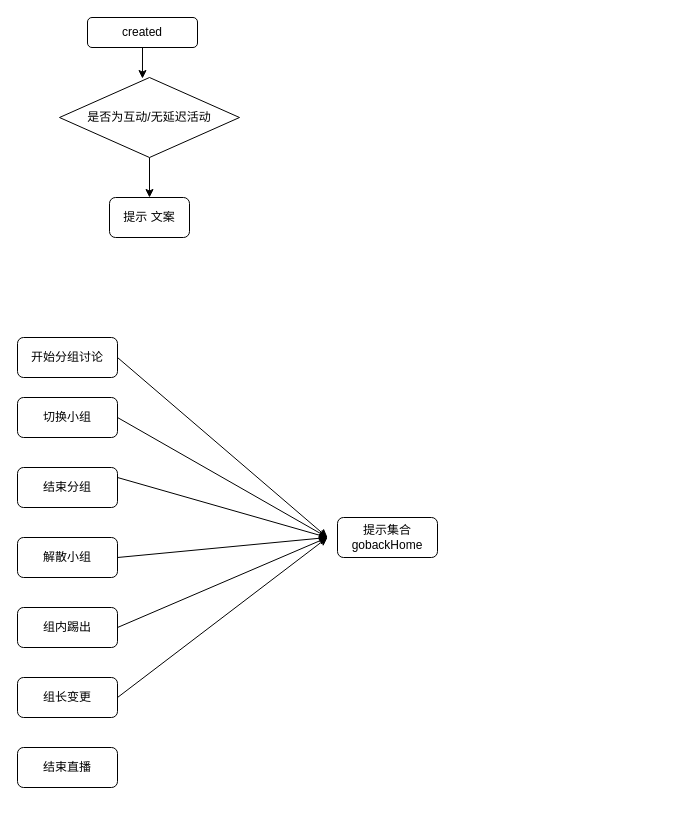
Earlier version of the draw.io diagram src/packages/wap-body/src/doc/flow.drawio (github-zoqg/vhall-platform). Source tidied: cells renumbered, new cells numbered last; positions are measured from the earlier drawing's top-left corner, leaving out a move shared by most shapes. Both pictures are drawn from the tidied source at 100%, with x=0, y=0 at pixel (17, 17).
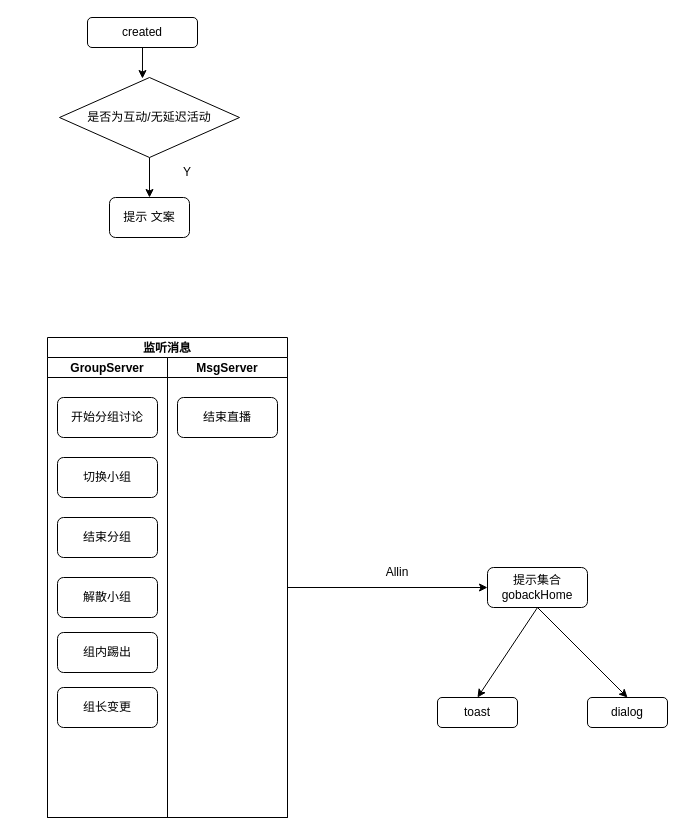
After the change.

What changed in the source:
```diff
@@
-    <mxCell id="7" style="edgeStyle=none;html=1;exitX=1;exitY=0.5;exitDx=0;exitDy=0;" parent="1" edge="1" source="8">
-      <mxGeometry relative="1" as="geometry">
-        <mxPoint x="310" y="520" as="targetPoint" />
-      </mxGeometry>
-    </mxCell>
+    <mxCell id="21" style="edgeStyle=none;html=1;exitX=0.5;exitY=1;exitDx=0;exitDy=0;entryX=0.5;entryY=0;entryDx=0;entryDy=0;" parent="1" edge="1" source="20" target="29">
+      <mxGeometry relative="1" as="geometry" />
+    </mxCell>
+    <mxCell id="22" style="edgeStyle=none;html=1;exitX=0.5;exitY=1;exitDx=0;exitDy=0;entryX=0.5;entryY=0;entryDx=0;entryDy=0;" parent="1" edge="1" source="20" target="30">
+      <mxGeometry relative="1" as="geometry" />
+    </mxCell>
+    <mxCell id="20" value="提示集合&lt;br&gt;gobackHome" style="rounded=1;whiteSpace=wrap;html=1;" parent="1" vertex="1">
+      <mxGeometry x="470" y="550" width="100" height="40" as="geometry" />
+    </mxCell>
+    <mxCell id="23" value="Y" style="text;html=1;strokeColor=none;fillColor=none;align=center;verticalAlign=middle;whiteSpace=wrap;rounded=0;" parent="1" vertex="1">
+      <mxGeometry x="140" y="140" width="60" height="30" as="geometry" />
+    </mxCell>
+    <mxCell id="24" value="监听消息" style="swimlane;startSize=20;" parent="1" vertex="1">
+      <mxGeometry x="30" y="320" width="240" height="480" as="geometry" />
+    </mxCell>
+    <mxCell id="25" value="GroupServer" style="swimlane;startSize=20;" parent="24" vertex="1">
+      <mxGeometry y="20" width="120" height="460" as="geometry" />
+    </mxCell>
-    <mxCell id="8" value="开始分组讨论" style="rounded=1;whiteSpace=wrap;html=1;" parent="1" vertex="1">
-      <mxGeometry y="320" width="100" height="40" as="geometry" />
+    <mxCell id="8" value="开始分组讨论" style="rounded=1;whiteSpace=wrap;html=1;" parent="25" vertex="1">
+      <mxGeometry x="10" y="40" width="100" height="40" as="geometry" />
     </mxCell>
-    <mxCell id="9" style="edgeStyle=none;html=1;exitX=1;exitY=0.5;exitDx=0;exitDy=0;" parent="1" edge="1" source="10">
-      <mxGeometry relative="1" as="geometry">
-        <mxPoint x="310" y="520" as="targetPoint" />
-      </mxGeometry>
-    </mxCell>
-    <mxCell id="10" value="切换小组" style="rounded=1;whiteSpace=wrap;html=1;" parent="1" vertex="1">
-      <mxGeometry y="380" width="100" height="40" as="geometry" />
+    <mxCell id="10" value="切换小组" style="rounded=1;whiteSpace=wrap;html=1;" parent="25" vertex="1">
+      <mxGeometry x="10" y="100" width="100" height="40" as="geometry" />
     </mxCell>
-    <mxCell id="11" style="edgeStyle=none;html=1;exitX=1;exitY=0.25;exitDx=0;exitDy=0;" parent="1" edge="1" source="12">
-      <mxGeometry relative="1" as="geometry">
-        <mxPoint x="310" y="520" as="targetPoint" />
-      </mxGeometry>
-    </mxCell>
-    <mxCell id="12" value="结束分组" style="rounded=1;whiteSpace=wrap;html=1;" parent="1" vertex="1">
-      <mxGeometry y="450" width="100" height="40" as="geometry" />
+    <mxCell id="12" value="结束分组" style="rounded=1;whiteSpace=wrap;html=1;" parent="25" vertex="1">
+      <mxGeometry x="10" y="160" width="100" height="40" as="geometry" />
     </mxCell>
-    <mxCell id="13" style="edgeStyle=none;html=1;exitX=1;exitY=0.5;exitDx=0;exitDy=0;" parent="1" edge="1" source="14">
-      <mxGeometry relative="1" as="geometry">
-        <mxPoint x="310" y="520" as="targetPoint" />
-      </mxGeometry>
-    </mxCell>
-    <mxCell id="14" value="解散小组" style="rounded=1;whiteSpace=wrap;html=1;" parent="1" vertex="1">
-      <mxGeometry y="520" width="100" height="40" as="geometry" />
+    <mxCell id="14" value="解散小组" style="rounded=1;whiteSpace=wrap;html=1;" parent="25" vertex="1">
+      <mxGeometry x="10" y="220" width="100" height="40" as="geometry" />
     </mxCell>
-    <mxCell id="15" style="edgeStyle=none;html=1;exitX=1;exitY=0.5;exitDx=0;exitDy=0;" parent="1" edge="1" source="16">
-      <mxGeometry relative="1" as="geometry">
-        <mxPoint x="310" y="520" as="targetPoint" />
-      </mxGeometry>
-    </mxCell>
-    <mxCell id="16" value="组内踢出" style="rounded=1;whiteSpace=wrap;html=1;" parent="1" vertex="1">
-      <mxGeometry y="590" width="100" height="40" as="geometry" />
+    <mxCell id="16" value="组内踢出" style="rounded=1;whiteSpace=wrap;html=1;" parent="25" vertex="1">
+      <mxGeometry x="10" y="275" width="100" height="40" as="geometry" />
     </mxCell>
-    <mxCell id="17" style="edgeStyle=none;html=1;exitX=1;exitY=0.5;exitDx=0;exitDy=0;" parent="1" edge="1" source="18">
-      <mxGeometry relative="1" as="geometry">
-        <mxPoint x="310" y="520" as="targetPoint" />
-      </mxGeometry>
-    </mxCell>
-    <mxCell id="18" value="组长变更" style="rounded=1;whiteSpace=wrap;html=1;" parent="1" vertex="1">
-      <mxGeometry y="660" width="100" height="40" as="geometry" />
+    <mxCell id="18" value="组长变更" style="rounded=1;whiteSpace=wrap;html=1;" parent="25" vertex="1">
+      <mxGeometry x="10" y="330" width="100" height="40" as="geometry" />
     </mxCell>
+    <mxCell id="26" value="MsgServer" style="swimlane;startSize=20;" parent="24" vertex="1">
+      <mxGeometry x="120" y="20" width="120" height="460" as="geometry" />
+    </mxCell>
-    <mxCell id="19" value="结束直播" style="rounded=1;whiteSpace=wrap;html=1;" parent="1" vertex="1">
-      <mxGeometry y="730" width="100" height="40" as="geometry" />
+    <mxCell id="19" value="结束直播" style="rounded=1;whiteSpace=wrap;html=1;" parent="26" vertex="1">
+      <mxGeometry x="10" y="40" width="100" height="40" as="geometry" />
     </mxCell>
-    <mxCell id="20" value="提示集合&lt;br&gt;gobackHome" style="rounded=1;whiteSpace=wrap;html=1;" parent="1" vertex="1">
-      <mxGeometry x="320" y="500" width="100" height="40" as="geometry" />
-    </mxCell>
+    <mxCell id="27" style="edgeStyle=none;html=1;" parent="1" edge="1" source="26">
+      <mxGeometry relative="1" as="geometry">
+        <mxPoint x="470" y="570" as="targetPoint" />
+      </mxGeometry>
+    </mxCell>
+    <mxCell id="28" value="Allin" style="text;html=1;strokeColor=none;fillColor=none;align=center;verticalAlign=middle;whiteSpace=wrap;rounded=0;" parent="1" vertex="1">
+      <mxGeometry x="350" y="540" width="60" height="30" as="geometry" />
+    </mxCell>
+    <mxCell id="29" value="toast" style="rounded=1;whiteSpace=wrap;html=1;" parent="1" vertex="1">
+      <mxGeometry x="420" y="680" width="80" height="30" as="geometry" />
+    </mxCell>
+    <mxCell id="30" value="dialog" style="rounded=1;whiteSpace=wrap;html=1;" parent="1" vertex="1">
+      <mxGeometry x="570" y="680" width="80" height="30" as="geometry" />
+    </mxCell>
```
